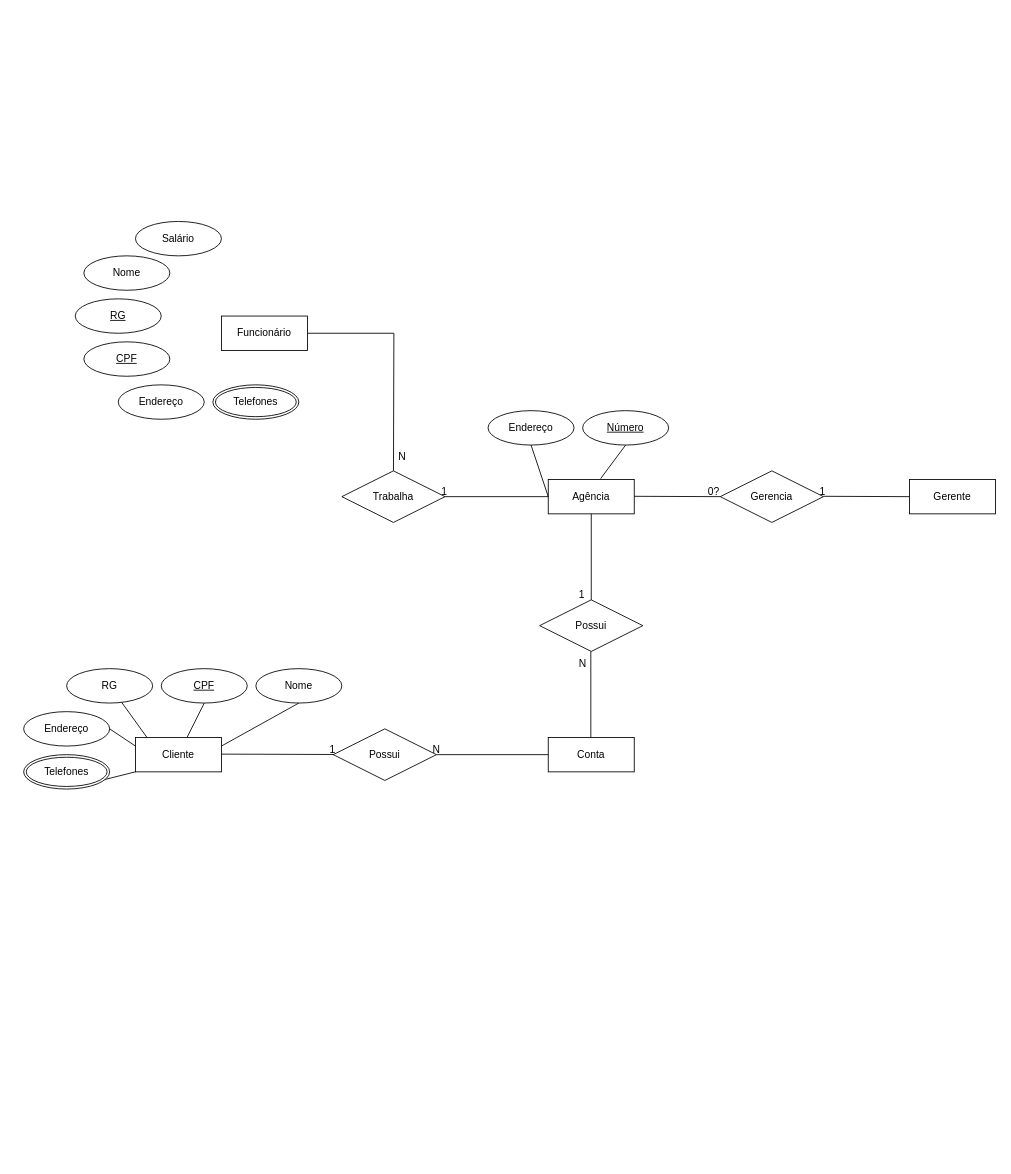
Before: Untitled Diagram.drawio in Reprogramado/ProjetoEtec, a draw.io diagram. Source tidied: cells renumbered, new cells numbered last; positions are measured from the earlier drawing's top-left corner, leaving out a move shared by most shapes. Both pictures are drawn from the tidied source at 86%, with x=0, y=0 at pixel (23, 221).
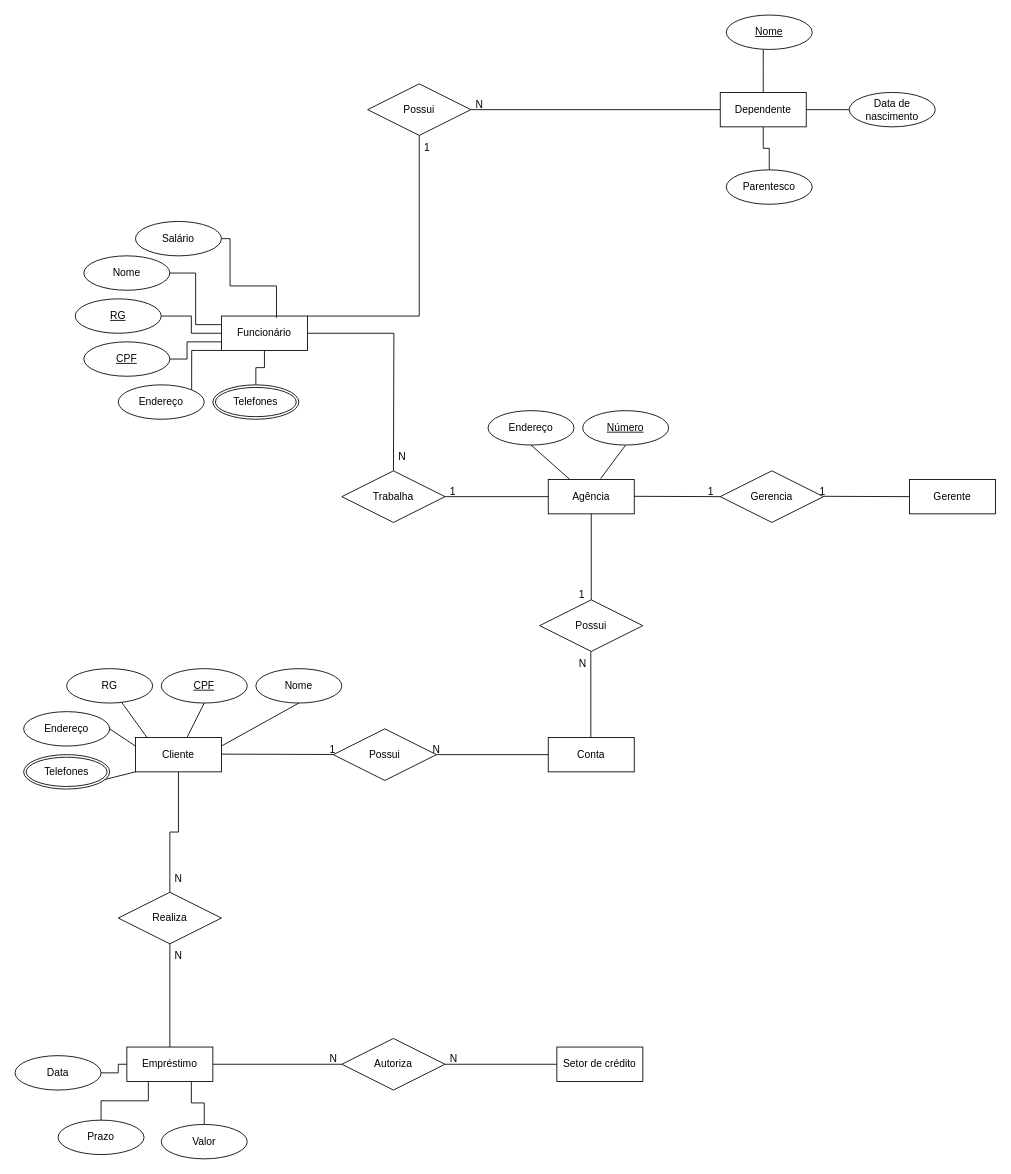
Above is the later version.

The change refers to these unchanged cells:
```xml
<mxCell id="2" value="Cliente" style="whiteSpace=wrap;html=1;align=center;" parent="1" vertex="1">
  <mxGeometry x="130" y="600" width="100" height="40" as="geometry" />
</mxCell>
<mxCell id="15" value="Agência" style="whiteSpace=wrap;html=1;align=center;" parent="1" vertex="1">
  <mxGeometry x="610" y="300" width="100" height="40" as="geometry" />
</mxCell>
<mxCell id="27" value="Endereço&lt;br&gt;" style="ellipse;whiteSpace=wrap;html=1;align=center;" parent="1" vertex="1">
  <mxGeometry x="540" y="220" width="100" height="40" as="geometry" />
</mxCell>
<mxCell id="37" value="Funcionário" style="whiteSpace=wrap;html=1;align=center;" parent="1" vertex="1">
  <mxGeometry x="230" y="110" width="100" height="40" as="geometry" />
</mxCell>
<mxCell id="38" value="Nome&lt;br&gt;" style="ellipse;whiteSpace=wrap;html=1;align=center;" parent="1" vertex="1">
  <mxGeometry x="70" y="40" width="100" height="40" as="geometry" />
</mxCell>
<mxCell id="39" value="&lt;u&gt;RG&lt;/u&gt;" style="ellipse;whiteSpace=wrap;html=1;align=center;" parent="1" vertex="1">
  <mxGeometry x="60" y="90" width="100" height="40" as="geometry" />
</mxCell>
<mxCell id="40" value="CPF" style="ellipse;whiteSpace=wrap;html=1;align=center;fontStyle=4;" parent="1" vertex="1">
  <mxGeometry x="70" y="140" width="100" height="40" as="geometry" />
</mxCell>
<mxCell id="41" value="Endereço&lt;br&gt;" style="ellipse;whiteSpace=wrap;html=1;align=center;" parent="1" vertex="1">
  <mxGeometry x="110" y="190" width="100" height="40" as="geometry" />
</mxCell>
<mxCell id="42" value="Telefones" style="ellipse;shape=doubleEllipse;margin=3;whiteSpace=wrap;html=1;align=center;" parent="1" vertex="1">
  <mxGeometry x="220" y="190" width="100" height="40" as="geometry" />
</mxCell>
<mxCell id="43" value="Salário" style="ellipse;whiteSpace=wrap;html=1;align=center;" parent="1" vertex="1">
  <mxGeometry x="130" width="100" height="40" as="geometry" />
</mxCell>
```

Change to the diagram source:
```diff
@@
+    <mxCell id="48" style="edgeStyle=orthogonalEdgeStyle;rounded=0;jettySize=auto;html=1;startArrow=none;startFill=0;endArrow=none;endFill=0;" parent="1" edge="1" source="2" target="70">
+      <mxGeometry relative="1" as="geometry" />
+    </mxCell>
@@
-    <mxCell id="28" style="endArrow=none;html=1;rounded=0;exitX=0.5;exitY=1;exitDx=0;exitDy=0;entryX=0;entryY=0.5;entryDx=0;entryDy=0;" parent="1" edge="1" source="27" target="15">
+    <mxCell id="28" style="endArrow=none;html=1;rounded=0;exitX=0.5;exitY=1;exitDx=0;exitDy=0;entryX=0.25;entryY=0;entryDx=0;entryDy=0;" parent="1" edge="1" source="27" target="15">
       <mxGeometry relative="1" as="geometry" />
     </mxCell>
@@
-    <mxCell id="33" value="0?" style="text;strokeColor=none;fillColor=none;spacingLeft=4;spacingRight=4;overflow=hidden;fontSize=12;" parent="1" vertex="1">
+    <mxCell id="33" value="1&#10;" style="text;strokeColor=none;fillColor=none;spacingLeft=4;spacingRight=4;overflow=hidden;fontSize=12;" parent="1" vertex="1">
       <mxGeometry x="790" y="300" width="40" height="30" as="geometry" />
     </mxCell>
@@
+    <mxCell id="49" style="edgeStyle=orthogonalEdgeStyle;rounded=0;jettySize=auto;html=1;entryX=1;entryY=0;entryDx=0;entryDy=0;startArrow=none;startFill=0;endArrow=none;endFill=0;" parent="1" edge="1" source="37" target="41">
+      <mxGeometry relative="1" as="geometry">
+        <Array as="points">
+          <mxPoint x="195" y="150" />
+        </Array>
+      </mxGeometry>
+    </mxCell>
+    <mxCell id="50" style="edgeStyle=orthogonalEdgeStyle;rounded=0;jettySize=auto;html=1;startArrow=none;startFill=0;endArrow=none;endFill=0;" parent="1" edge="1" source="37">
+      <mxGeometry relative="1" as="geometry">
+        <mxPoint x="460" y="-100" as="targetPoint" />
+        <Array as="points">
+          <mxPoint x="460" y="110" />
+        </Array>
+      </mxGeometry>
+    </mxCell>
@@
+    <mxCell id="51" style="edgeStyle=orthogonalEdgeStyle;rounded=0;jettySize=auto;html=1;entryX=0;entryY=0.25;entryDx=0;entryDy=0;startArrow=none;startFill=0;endArrow=none;endFill=0;" parent="1" edge="1" source="38" target="37">
+      <mxGeometry relative="1" as="geometry" />
+    </mxCell>
@@
+    <mxCell id="52" style="edgeStyle=orthogonalEdgeStyle;rounded=0;jettySize=auto;html=1;startArrow=none;startFill=0;endArrow=none;endFill=0;" parent="1" edge="1" source="39" target="37">
+      <mxGeometry relative="1" as="geometry" />
+    </mxCell>
@@
+    <mxCell id="53" style="edgeStyle=orthogonalEdgeStyle;rounded=0;jettySize=auto;html=1;startArrow=none;startFill=0;endArrow=none;endFill=0;" parent="1" edge="1" source="40" target="37">
+      <mxGeometry relative="1" as="geometry">
+        <Array as="points">
+          <mxPoint x="190" y="160" />
+          <mxPoint x="190" y="140" />
+        </Array>
+      </mxGeometry>
+    </mxCell>
@@
+    <mxCell id="54" style="edgeStyle=orthogonalEdgeStyle;rounded=0;jettySize=auto;html=1;startArrow=none;startFill=0;endArrow=none;endFill=0;" parent="1" edge="1" source="42" target="37">
+      <mxGeometry relative="1" as="geometry" />
+    </mxCell>
@@
+    <mxCell id="55" style="edgeStyle=orthogonalEdgeStyle;rounded=0;jettySize=auto;html=1;startArrow=none;startFill=0;endArrow=none;endFill=0;entryX=0.64;entryY=0.05;entryDx=0;entryDy=0;entryPerimeter=0;" parent="1" edge="1" source="43" target="37">
+      <mxGeometry relative="1" as="geometry">
+        <Array as="points">
+          <mxPoint x="240" y="20" />
+          <mxPoint x="240" y="75" />
+          <mxPoint x="294" y="75" />
+        </Array>
+      </mxGeometry>
+    </mxCell>
@@
     <mxCell id="47" value="1" style="text;strokeColor=none;fillColor=none;spacingLeft=4;spacingRight=4;overflow=hidden;fontSize=12;" parent="1" vertex="1">
-      <mxGeometry x="480" y="300" width="40" height="30" as="geometry" />
+      <mxGeometry x="490" y="300" width="40" height="30" as="geometry" />
     </mxCell>
+    <mxCell id="56" style="edgeStyle=orthogonalEdgeStyle;rounded=0;jettySize=auto;html=1;startArrow=none;startFill=0;endArrow=none;endFill=0;" parent="1" edge="1" source="57" target="61">
+      <mxGeometry relative="1" as="geometry" />
+    </mxCell>
+    <mxCell id="57" value="Possui&lt;br&gt;" style="shape=rhombus;perimeter=rhombusPerimeter;whiteSpace=wrap;html=1;align=center;" parent="1" vertex="1">
+      <mxGeometry x="400" y="-160" width="120" height="60" as="geometry" />
+    </mxCell>
+    <mxCell id="58" style="edgeStyle=orthogonalEdgeStyle;rounded=0;jettySize=auto;html=1;startArrow=none;startFill=0;endArrow=none;endFill=0;" parent="1" edge="1" source="61" target="62">
+      <mxGeometry relative="1" as="geometry" />
+    </mxCell>
+    <mxCell id="59" style="edgeStyle=orthogonalEdgeStyle;rounded=0;jettySize=auto;html=1;startArrow=none;startFill=0;endArrow=none;endFill=0;" parent="1" edge="1" source="61" target="63">
+      <mxGeometry relative="1" as="geometry" />
+    </mxCell>
+    <mxCell id="60" style="edgeStyle=orthogonalEdgeStyle;rounded=0;jettySize=auto;html=1;startArrow=none;startFill=0;endArrow=none;endFill=0;" parent="1" edge="1" source="61">
+      <mxGeometry relative="1" as="geometry">
+        <mxPoint x="860" y="-200" as="targetPoint" />
+      </mxGeometry>
+    </mxCell>
+    <mxCell id="61" value="Dependente" style="whiteSpace=wrap;html=1;align=center;" parent="1" vertex="1">
+      <mxGeometry x="810" y="-150" width="100" height="40" as="geometry" />
+    </mxCell>
+    <mxCell id="62" value="Parentesco" style="ellipse;whiteSpace=wrap;html=1;align=center;" parent="1" vertex="1">
+      <mxGeometry x="817" y="-60" width="100" height="40" as="geometry" />
+    </mxCell>
+    <mxCell id="63" value="Data de nascimento" style="ellipse;whiteSpace=wrap;html=1;align=center;" parent="1" vertex="1">
+      <mxGeometry x="960" y="-150" width="100" height="40" as="geometry" />
+    </mxCell>
+    <mxCell id="64" value="N" style="text;strokeColor=none;fillColor=none;spacingLeft=4;spacingRight=4;overflow=hidden;fontSize=12;" parent="1" vertex="1">
+      <mxGeometry x="520" y="-150" width="40" height="30" as="geometry" />
+    </mxCell>
+    <mxCell id="65" value="1&#10;" style="text;strokeColor=none;fillColor=none;spacingLeft=4;spacingRight=4;overflow=hidden;fontSize=12;" parent="1" vertex="1">
+      <mxGeometry x="460" y="-100" width="40" height="30" as="geometry" />
+    </mxCell>
+    <mxCell id="66" value="Nome" style="ellipse;whiteSpace=wrap;html=1;align=center;fontStyle=4;" parent="1" vertex="1">
+      <mxGeometry x="817" y="-240" width="100" height="40" as="geometry" />
+    </mxCell>
+    <mxCell id="67" style="edgeStyle=orthogonalEdgeStyle;rounded=0;jettySize=auto;html=1;startArrow=none;startFill=0;endArrow=none;endFill=0;" parent="1" edge="1" source="68" target="73">
+      <mxGeometry relative="1" as="geometry" />
+    </mxCell>
+    <mxCell id="68" value="Empréstimo&lt;br&gt;" style="whiteSpace=wrap;html=1;align=center;" parent="1" vertex="1">
+      <mxGeometry x="120" y="960" width="100" height="40" as="geometry" />
+    </mxCell>
+    <mxCell id="69" style="edgeStyle=orthogonalEdgeStyle;rounded=0;jettySize=auto;html=1;startArrow=none;startFill=0;endArrow=none;endFill=0;" parent="1" edge="1" source="70" target="68">
+      <mxGeometry relative="1" as="geometry" />
+    </mxCell>
+    <mxCell id="70" value="Realiza" style="shape=rhombus;perimeter=rhombusPerimeter;whiteSpace=wrap;html=1;align=center;" parent="1" vertex="1">
+      <mxGeometry x="110" y="780" width="120" height="60" as="geometry" />
+    </mxCell>
+    <mxCell id="71" style="edgeStyle=orthogonalEdgeStyle;rounded=0;jettySize=auto;html=1;startArrow=none;startFill=0;endArrow=none;endFill=0;" parent="1" edge="1" source="72" target="73">
+      <mxGeometry relative="1" as="geometry" />
+    </mxCell>
+    <mxCell id="72" value="Setor de crédito" style="whiteSpace=wrap;html=1;align=center;" parent="1" vertex="1">
+      <mxGeometry x="620" y="960" width="100" height="40" as="geometry" />
+    </mxCell>
+    <mxCell id="73" value="Autoriza" style="shape=rhombus;perimeter=rhombusPerimeter;whiteSpace=wrap;html=1;align=center;" parent="1" vertex="1">
+      <mxGeometry x="370" y="950" width="120" height="60" as="geometry" />
+    </mxCell>
+    <mxCell id="74" style="edgeStyle=orthogonalEdgeStyle;rounded=0;jettySize=auto;html=1;entryX=0.75;entryY=1;entryDx=0;entryDy=0;startArrow=none;startFill=0;endArrow=none;endFill=0;" parent="1" edge="1" source="75" target="68">
+      <mxGeometry relative="1" as="geometry" />
+    </mxCell>
+    <mxCell id="75" value="Valor" style="ellipse;whiteSpace=wrap;html=1;align=center;" parent="1" vertex="1">
+      <mxGeometry x="160" y="1050" width="100" height="40" as="geometry" />
+    </mxCell>
+    <mxCell id="76" style="edgeStyle=orthogonalEdgeStyle;rounded=0;jettySize=auto;html=1;startArrow=none;startFill=0;endArrow=none;endFill=0;" parent="1" edge="1" source="77" target="68">
+      <mxGeometry relative="1" as="geometry" />
+    </mxCell>
+    <mxCell id="77" value="Data" style="ellipse;whiteSpace=wrap;html=1;align=center;" parent="1" vertex="1">
+      <mxGeometry x="-10" y="970" width="100" height="40" as="geometry" />
+    </mxCell>
+    <mxCell id="78" style="edgeStyle=orthogonalEdgeStyle;rounded=0;jettySize=auto;html=1;entryX=0.25;entryY=1;entryDx=0;entryDy=0;startArrow=none;startFill=0;endArrow=none;endFill=0;" parent="1" edge="1" source="79" target="68">
+      <mxGeometry relative="1" as="geometry" />
+    </mxCell>
+    <mxCell id="79" value="Prazo" style="ellipse;whiteSpace=wrap;html=1;align=center;" parent="1" vertex="1">
+      <mxGeometry x="40" y="1045" width="100" height="40" as="geometry" />
+    </mxCell>
+    <mxCell id="80" value="N" style="text;strokeColor=none;fillColor=none;spacingLeft=4;spacingRight=4;overflow=hidden;fontSize=12;" parent="1" vertex="1">
+      <mxGeometry x="170" y="750" width="40" height="30" as="geometry" />
+    </mxCell>
+    <mxCell id="81" value="N" style="text;strokeColor=none;fillColor=none;spacingLeft=4;spacingRight=4;overflow=hidden;fontSize=12;" parent="1" vertex="1">
+      <mxGeometry x="170" y="840" width="40" height="30" as="geometry" />
+    </mxCell>
+    <mxCell id="82" value="N" style="text;strokeColor=none;fillColor=none;spacingLeft=4;spacingRight=4;overflow=hidden;fontSize=12;" parent="1" vertex="1">
+      <mxGeometry x="350" y="960" width="40" height="30" as="geometry" />
+    </mxCell>
+    <mxCell id="83" value="N" style="text;strokeColor=none;fillColor=none;spacingLeft=4;spacingRight=4;overflow=hidden;fontSize=12;" parent="1" vertex="1">
+      <mxGeometry x="490" y="960" width="40" height="30" as="geometry" />
+    </mxCell>
```
